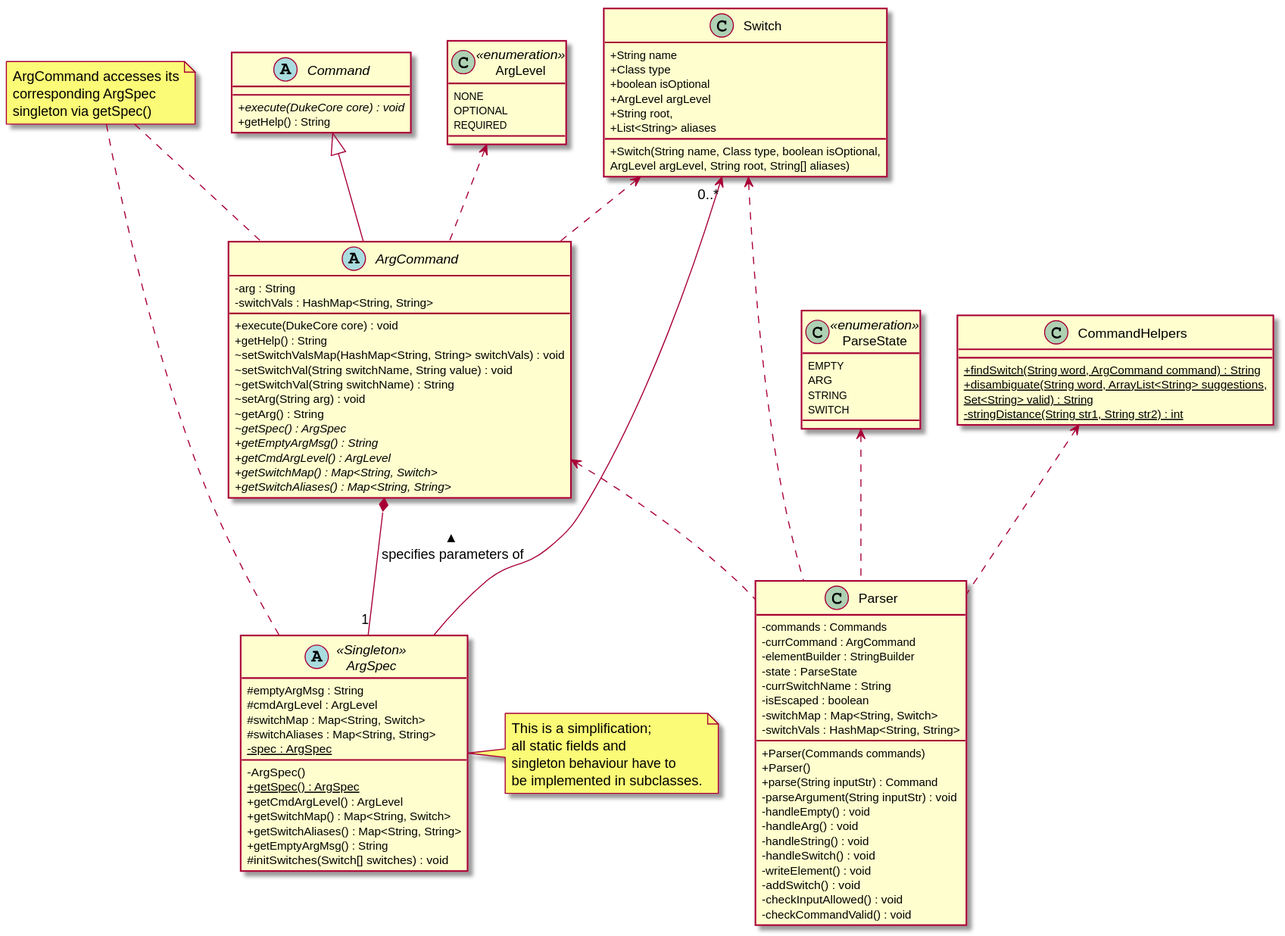
Earlier version of the PlantUML export docs/images/plantuml/logic.svg (nusCS2113-AY1920S1/PersonalAssistant-Duke).
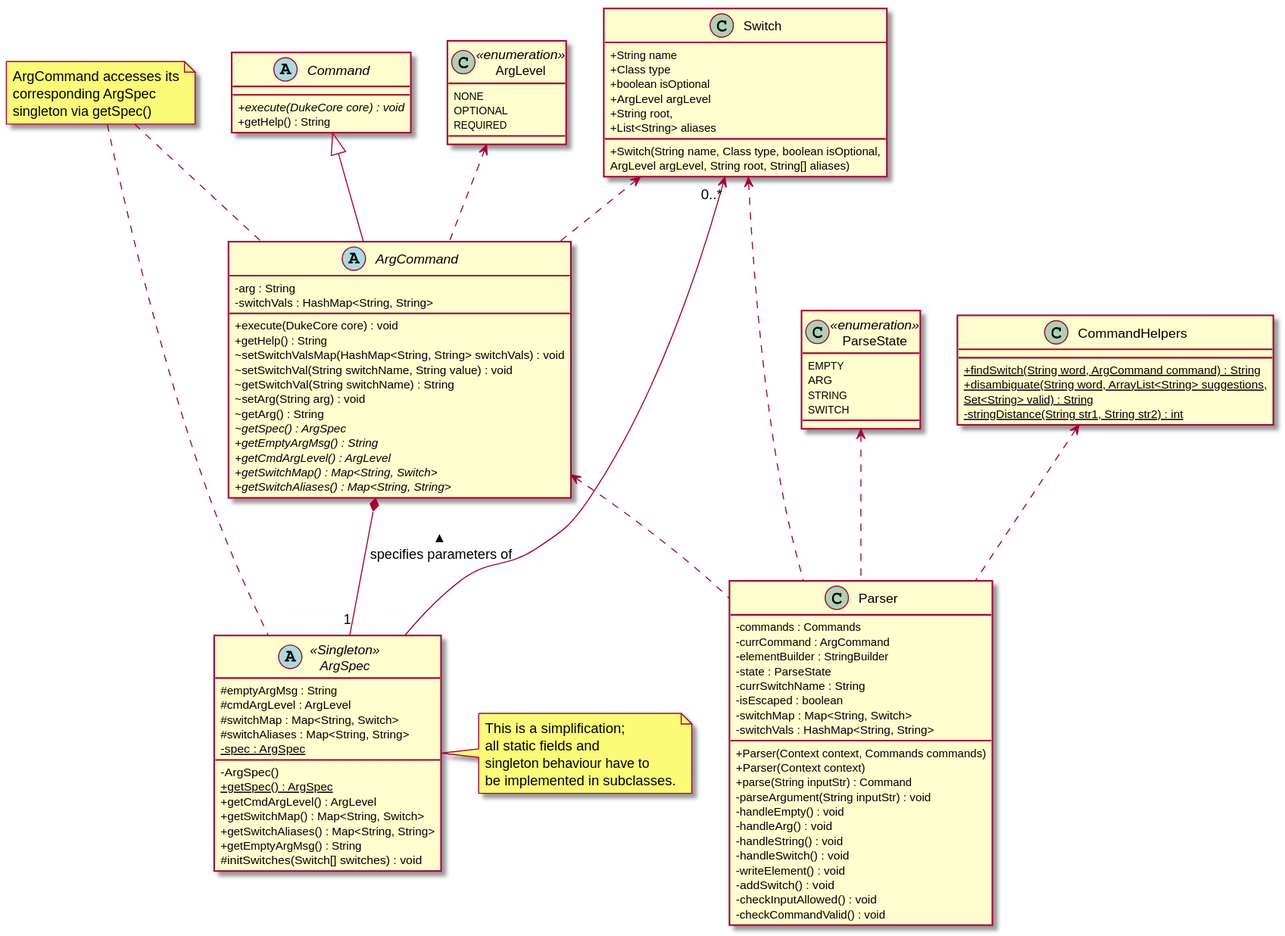
After the change.

The edit, as a diff of the source:
```diff
@@ -75,8 +75,8 @@
     -isEscaped : boolean
     -switchMap : Map<String, Switch>
     -switchVals : HashMap<String, String>
-    +Parser(Commands commands)
-    +Parser()
+    +Parser(Context context, Commands commands)
+    +Parser(Context context)
     +parse(String inputStr) : Command
     -parseArgument(String inputStr) : void
     -handleEmpty() : void
```
